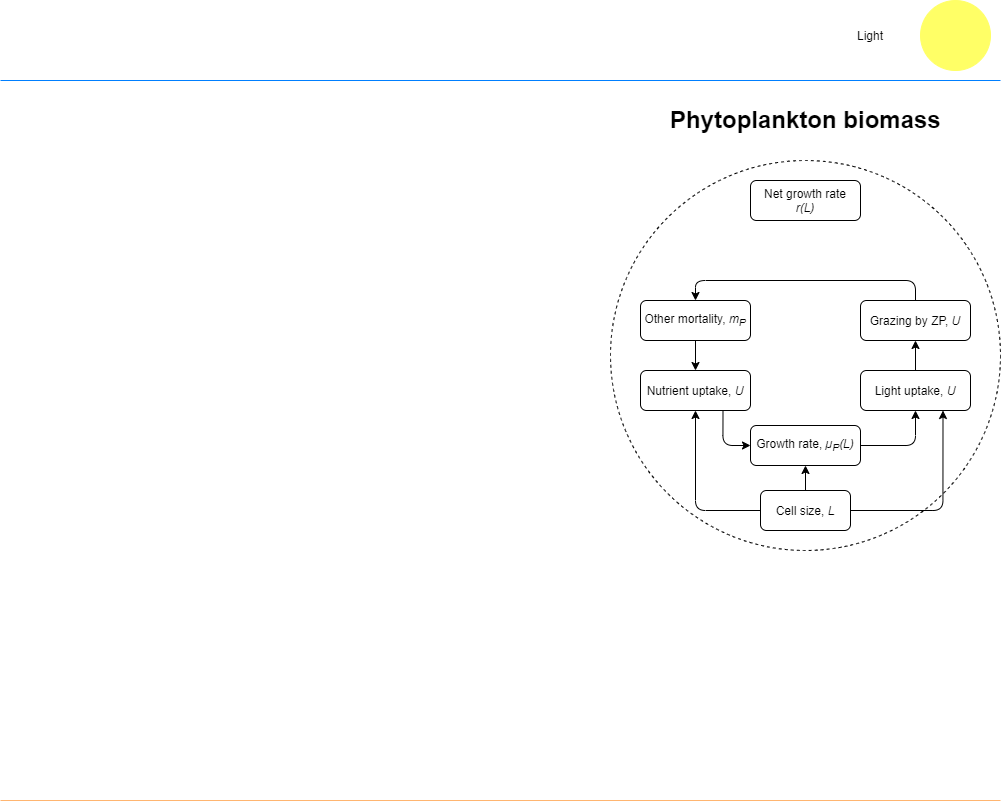
Above: Figures/ModelIllustration.png in MickiJensen/Final-report (draw.io), before the change. Source tidied: cells renumbered, new cells last; positions are measured from the earlier drawing's top-left corner, leaving out a move shared by most shapes.
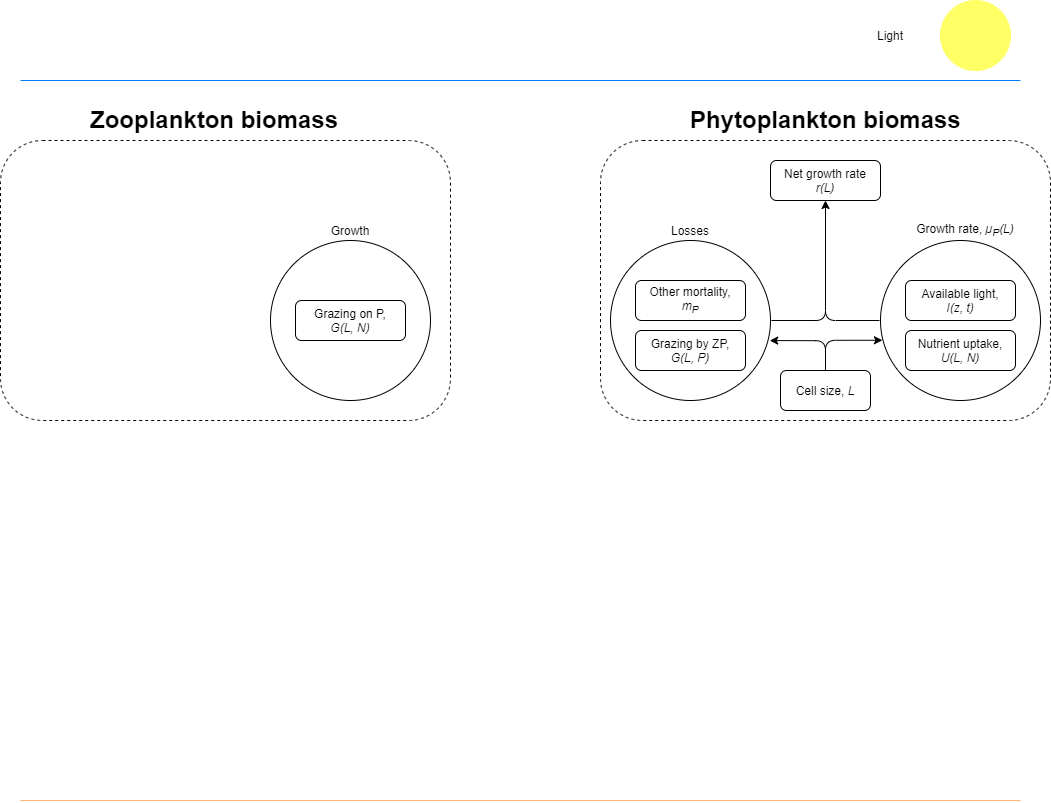
After the commit.

The edit, as a diff of the source:
```diff
@@ -2,6 +2,15 @@
   <root>
     <mxCell id="0" />
     <mxCell id="1" parent="0" />
+    <mxCell id="23" style="rounded=1;whiteSpace=wrap;html=1;strokeColor=#000000;strokeWidth=1;fillColor=none;dashed=1;" parent="1" vertex="1">
+      <mxGeometry x="580" y="140" width="450" height="280" as="geometry" />
+    </mxCell>
+    <mxCell id="24" style="edgeStyle=orthogonalEdgeStyle;rounded=1;jettySize=auto;html=1;entryX=0.5;entryY=1;entryDx=0;entryDy=0;startArrow=none;startFill=0;endArrow=classic;endFill=1;strokeColor=#000000;exitX=1;exitY=0.5;exitDx=0;exitDy=0;" parent="1" edge="1" source="25" target="18">
+      <mxGeometry relative="1" as="geometry" />
+    </mxCell>
+    <mxCell id="25" style="ellipse;whiteSpace=wrap;html=1;fillColor=none;strokeWidth=1;perimeterSpacing=1;" parent="1" vertex="1">
+      <mxGeometry x="590" y="240" width="160" height="160" as="geometry" />
+    </mxCell>
     <mxCell id="2" style="endArrow=none;html=1;strokeColor=#007FFF;edgeStyle=orthogonalEdgeStyle;rounded=1;" parent="1" edge="1">
       <mxGeometry relative="1" as="geometry">
         <mxPoint y="80" as="sourcePoint" />
@@ -14,33 +23,32 @@
         <mxPoint x="1000" y="800" as="targetPoint" />
       </mxGeometry>
     </mxCell>
+    <mxCell id="26" style="edgeStyle=orthogonalEdgeStyle;rounded=1;jettySize=auto;html=1;startArrow=none;startFill=0;endArrow=none;endFill=0;strokeColor=#000000;exitX=0;exitY=0.5;exitDx=0;exitDy=0;" parent="1" edge="1" source="4">
+      <mxGeometry relative="1" as="geometry">
+        <mxPoint x="805" y="230" as="targetPoint" />
+        <Array as="points">
+          <mxPoint x="805" y="320" />
+        </Array>
+      </mxGeometry>
+    </mxCell>
-    <mxCell id="4" style="ellipse;whiteSpace=wrap;html=1;fillColor=none;dashed=1;strokeWidth=1;perimeterSpacing=1;" parent="1" vertex="1">
-      <mxGeometry x="610" y="160" width="390" height="390" as="geometry" />
+    <mxCell id="4" style="ellipse;whiteSpace=wrap;html=1;fillColor=none;strokeWidth=1;perimeterSpacing=1;" parent="1" vertex="1">
+      <mxGeometry x="860" y="240" width="160" height="160" as="geometry" />
     </mxCell>
     <mxCell id="5" value="&lt;h1&gt;Phytoplankton biomass&lt;/h1&gt;" style="text;html=1;strokeColor=none;fillColor=none;spacing=5;spacingTop=-20;whiteSpace=wrap;overflow=hidden;rounded=0;" parent="1" vertex="1">
       <mxGeometry x="665" y="100" width="280" height="50" as="geometry" />
     </mxCell>
-    <mxCell id="6" style="edgeStyle=orthogonalEdgeStyle;rounded=1;jettySize=auto;html=1;exitX=1;exitY=0.5;exitDx=0;exitDy=0;entryX=0.5;entryY=1;entryDx=0;entryDy=0;startArrow=none;startFill=0;endArrow=classic;endFill=1;strokeColor=#000000;" parent="1" edge="1" source="7" target="17">
-      <mxGeometry relative="1" as="geometry" />
-    </mxCell>
-    <mxCell id="7" value="Growth rate,&amp;nbsp;&lt;i&gt;µ&lt;sub&gt;P&lt;/sub&gt;(L)&lt;br&gt;&lt;/i&gt;" style="rounded=1;whiteSpace=wrap;html=1;strokeWidth=1;fillColor=none;" parent="1" vertex="1">
-      <mxGeometry x="750" y="425" width="110" height="40" as="geometry" />
-    </mxCell>
-    <mxCell id="8" style="edgeStyle=orthogonalEdgeStyle;rounded=1;jettySize=auto;html=1;entryX=0.5;entryY=1;entryDx=0;entryDy=0;startArrow=none;startFill=0;endArrow=classic;endFill=1;strokeColor=#000000;" parent="1" edge="1" source="11" target="15">
-      <mxGeometry relative="1" as="geometry" />
-    </mxCell>
-    <mxCell id="9" style="edgeStyle=orthogonalEdgeStyle;rounded=1;jettySize=auto;html=1;exitX=0.5;exitY=0;exitDx=0;exitDy=0;entryX=0.5;entryY=1;entryDx=0;entryDy=0;startArrow=none;startFill=0;endArrow=classic;endFill=1;strokeColor=#000000;" parent="1" edge="1" source="11" target="7">
-      <mxGeometry relative="1" as="geometry" />
-    </mxCell>
-    <mxCell id="10" style="edgeStyle=orthogonalEdgeStyle;rounded=1;jettySize=auto;html=1;entryX=0.75;entryY=1;entryDx=0;entryDy=0;startArrow=none;startFill=0;endArrow=classic;endFill=1;strokeColor=#000000;" parent="1" edge="1" source="11" target="17">
-      <mxGeometry relative="1" as="geometry">
-        <Array as="points">
-          <mxPoint x="942" y="510" />
-        </Array>
-      </mxGeometry>
-    </mxCell>
+    <mxCell id="27" style="edgeStyle=orthogonalEdgeStyle;rounded=1;jettySize=auto;html=1;exitX=0.5;exitY=0;exitDx=0;exitDy=0;entryX=0.989;entryY=0.624;entryDx=0;entryDy=0;entryPerimeter=0;startArrow=none;startFill=0;endArrow=classic;endFill=1;strokeColor=#000000;" parent="1" edge="1" source="11" target="25">
+      <mxGeometry relative="1" as="geometry" />
+    </mxCell>
+    <mxCell id="28" style="edgeStyle=orthogonalEdgeStyle;rounded=1;jettySize=auto;html=1;exitX=0.5;exitY=0;exitDx=0;exitDy=0;entryX=0.018;entryY=0.622;entryDx=0;entryDy=0;entryPerimeter=0;startArrow=none;startFill=0;endArrow=classic;endFill=1;strokeColor=#000000;" parent="1" edge="1" source="11" target="4">
+      <mxGeometry relative="1" as="geometry">
+        <Array as="points">
+          <mxPoint x="805" y="340" />
+        </Array>
+      </mxGeometry>
+    </mxCell>
     <mxCell id="11" value="&lt;font style=&quot;font-size: 12px&quot;&gt;Cell size,&amp;nbsp;&lt;i&gt;L&lt;/i&gt;&lt;br&gt;&lt;/font&gt;" style="rounded=1;whiteSpace=wrap;html=1;strokeWidth=1;fillColor=none;" parent="1" vertex="1">
-      <mxGeometry x="760" y="490" width="90" height="40" as="geometry" />
+      <mxGeometry x="760" y="370" width="90" height="40" as="geometry" />
     </mxCell>
     <mxCell id="12" style="ellipse;whiteSpace=wrap;html=1;strokeWidth=1;strokeColor=#FFFF66;fillColor=#FFFF66;" parent="1" vertex="1">
       <mxGeometry x="920" width="70" height="70" as="geometry" />
@@ -48,32 +56,41 @@
     <mxCell id="13" value="Light" style="text;html=1;strokeColor=none;fillColor=none;align=center;verticalAlign=middle;whiteSpace=wrap;rounded=0;" parent="1" vertex="1">
       <mxGeometry x="850" y="25" width="40" height="20" as="geometry" />
     </mxCell>
-    <mxCell id="14" style="edgeStyle=orthogonalEdgeStyle;rounded=1;jettySize=auto;html=1;exitX=0.75;exitY=1;exitDx=0;exitDy=0;entryX=0;entryY=0.5;entryDx=0;entryDy=0;startArrow=none;startFill=0;endArrow=classic;endFill=1;strokeColor=#000000;" parent="1" edge="1" source="15" target="7">
-      <mxGeometry relative="1" as="geometry" />
-    </mxCell>
-    <mxCell id="15" value="Nutrient uptake, &lt;i&gt;U&lt;/i&gt;" style="rounded=1;whiteSpace=wrap;html=1;strokeWidth=1;fillColor=none;" parent="1" vertex="1">
-      <mxGeometry x="640" y="370" width="110" height="40" as="geometry" />
+    <mxCell id="15" value="Nutrient uptake, &lt;i&gt;U(L, N)&lt;/i&gt;" style="rounded=1;whiteSpace=wrap;html=1;strokeWidth=1;fillColor=none;" parent="1" vertex="1">
+      <mxGeometry x="885" y="330" width="110" height="40" as="geometry" />
     </mxCell>
-    <mxCell id="16" style="edgeStyle=orthogonalEdgeStyle;rounded=1;jettySize=auto;html=1;exitX=0.5;exitY=0;exitDx=0;exitDy=0;entryX=0.5;entryY=1;entryDx=0;entryDy=0;startArrow=none;startFill=0;endArrow=classic;endFill=1;strokeColor=#000000;" parent="1" edge="1" source="17" target="20">
-      <mxGeometry relative="1" as="geometry" />
-    </mxCell>
-    <mxCell id="17" value="Light uptake, &lt;i&gt;U&lt;/i&gt;" style="rounded=1;whiteSpace=wrap;html=1;strokeWidth=1;fillColor=none;" parent="1" vertex="1">
-      <mxGeometry x="860" y="370" width="110" height="40" as="geometry" />
+    <mxCell id="17" value="Available light,&lt;br&gt;&lt;i&gt;I(z, t)&lt;/i&gt;" style="rounded=1;whiteSpace=wrap;html=1;strokeWidth=1;fillColor=none;" parent="1" vertex="1">
+      <mxGeometry x="885" y="280" width="110" height="40" as="geometry" />
     </mxCell>
     <mxCell id="18" value="Net growth rate&lt;br&gt;&lt;i&gt;r(L)&lt;br&gt;&lt;/i&gt;" style="rounded=1;whiteSpace=wrap;html=1;strokeWidth=1;fillColor=none;" parent="1" vertex="1">
-      <mxGeometry x="750" y="180" width="110" height="40" as="geometry" />
+      <mxGeometry x="750" y="160" width="110" height="40" as="geometry" />
     </mxCell>
-    <mxCell id="19" style="edgeStyle=orthogonalEdgeStyle;rounded=1;jettySize=auto;html=1;exitX=0.5;exitY=0;exitDx=0;exitDy=0;entryX=0.5;entryY=0;entryDx=0;entryDy=0;startArrow=none;startFill=0;endArrow=classic;endFill=1;strokeColor=#000000;" parent="1" edge="1" source="20" target="22">
-      <mxGeometry relative="1" as="geometry" />
-    </mxCell>
-    <mxCell id="20" value="Grazing by ZP, &lt;i&gt;U&lt;/i&gt;" style="rounded=1;whiteSpace=wrap;html=1;strokeWidth=1;fillColor=none;" parent="1" vertex="1">
-      <mxGeometry x="860" y="300" width="110" height="40" as="geometry" />
+    <mxCell id="20" value="Grazing by ZP,&lt;br&gt;&lt;i&gt;G(L, P)&lt;/i&gt;" style="rounded=1;whiteSpace=wrap;html=1;strokeWidth=1;fillColor=none;" parent="1" vertex="1">
+      <mxGeometry x="615" y="330" width="110" height="40" as="geometry" />
     </mxCell>
-    <mxCell id="21" style="edgeStyle=orthogonalEdgeStyle;rounded=1;jettySize=auto;html=1;exitX=0.5;exitY=1;exitDx=0;exitDy=0;entryX=0.5;entryY=0;entryDx=0;entryDy=0;startArrow=none;startFill=0;endArrow=classic;endFill=1;strokeColor=#000000;" parent="1" edge="1" source="22" target="15">
-      <mxGeometry relative="1" as="geometry" />
-    </mxCell>
-    <mxCell id="22" value="Other mortality, &lt;i&gt;m&lt;sub&gt;P&lt;/sub&gt;&lt;/i&gt;" style="rounded=1;whiteSpace=wrap;html=1;strokeWidth=1;fillColor=none;" parent="1" vertex="1">
-      <mxGeometry x="640" y="300" width="110" height="40" as="geometry" />
+    <mxCell id="22" value="Other mortality,&lt;br&gt;&lt;i&gt;m&lt;sub&gt;P&lt;/sub&gt;&lt;/i&gt;" style="rounded=1;whiteSpace=wrap;html=1;strokeWidth=1;fillColor=none;" parent="1" vertex="1">
+      <mxGeometry x="615" y="280" width="110" height="40" as="geometry" />
     </mxCell>
+    <mxCell id="7" value="Growth rate,&amp;nbsp;&lt;i&gt;µ&lt;sub&gt;P&lt;/sub&gt;(L)&lt;/i&gt;" style="text;html=1;strokeColor=none;fillColor=none;align=center;verticalAlign=middle;whiteSpace=wrap;rounded=0;" parent="1" vertex="1">
+      <mxGeometry x="890" y="220" width="110" height="20" as="geometry" />
+    </mxCell>
+    <mxCell id="29" value="Losses" style="text;html=1;strokeColor=none;fillColor=none;align=center;verticalAlign=middle;whiteSpace=wrap;rounded=0;" parent="1" vertex="1">
+      <mxGeometry x="615" y="220" width="110" height="20" as="geometry" />
+    </mxCell>
+    <mxCell id="30" style="rounded=1;whiteSpace=wrap;html=1;strokeColor=#000000;strokeWidth=1;fillColor=none;dashed=1;" parent="1" vertex="1">
+      <mxGeometry x="-20" y="140" width="450" height="280" as="geometry" />
+    </mxCell>
+    <mxCell id="31" value="&lt;h1&gt;Zooplankton biomass&lt;/h1&gt;" style="text;html=1;strokeColor=none;fillColor=none;spacing=5;spacingTop=-20;whiteSpace=wrap;overflow=hidden;rounded=0;" parent="1" vertex="1">
+      <mxGeometry x="65" y="100" width="280" height="50" as="geometry" />
+    </mxCell>
+    <mxCell id="32" style="ellipse;whiteSpace=wrap;html=1;fillColor=none;strokeWidth=1;perimeterSpacing=1;" parent="1" vertex="1">
+      <mxGeometry x="250" y="240" width="160" height="160" as="geometry" />
+    </mxCell>
+    <mxCell id="33" value="Grazing on P,&lt;br&gt;&lt;i&gt;G(L, N)&lt;/i&gt;" style="rounded=1;whiteSpace=wrap;html=1;strokeWidth=1;fillColor=none;" parent="1" vertex="1">
+      <mxGeometry x="275" y="300" width="110" height="40" as="geometry" />
+    </mxCell>
+    <mxCell id="34" value="Growth" style="text;html=1;strokeColor=none;fillColor=none;align=center;verticalAlign=middle;whiteSpace=wrap;rounded=0;" parent="1" vertex="1">
+      <mxGeometry x="275" y="220" width="110" height="20" as="geometry" />
+    </mxCell>
   </root>
 </mxGraphModel>
```
